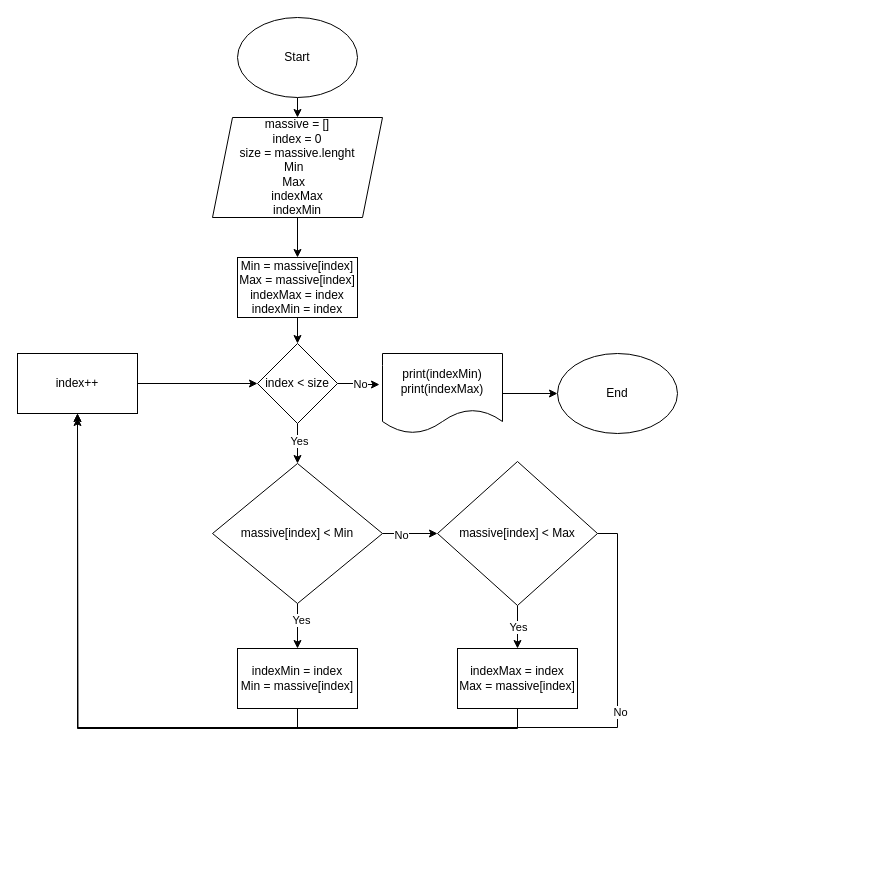
Above: z2-11.drawio in webbers22/GeekBrains (draw.io), before the change. Source tidied: cells renumbered, new cells numbered last; positions are measured from the earlier drawing's top-left corner, leaving out a move shared by most shapes. Both pictures are drawn from the tidied source at 100%, with x=0, y=0 at pixel (17, 17).
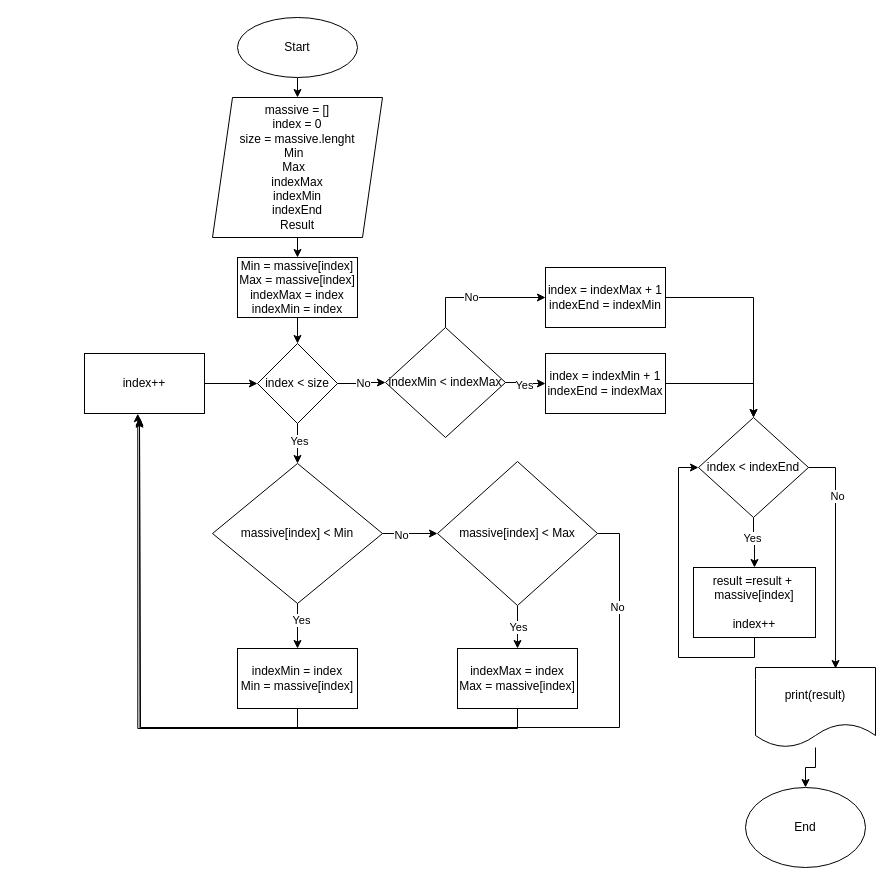
The same page after the edit.

Unchanged cells that the change refers to:
```xml
<mxCell id="10" value="index &amp;lt; size" style="rhombus;whiteSpace=wrap;html=1;" parent="1" vertex="1">
  <mxGeometry x="240" y="326" width="80" height="80" as="geometry" />
</mxCell>
<mxCell id="17" value="indexMin = index&lt;br&gt;Min = massive[index]" style="rounded=0;whiteSpace=wrap;html=1;" parent="1" vertex="1">
  <mxGeometry x="220" y="631" width="120" height="60" as="geometry" />
</mxCell>
<mxCell id="27" value="massive[index] &amp;lt; Max" style="rhombus;whiteSpace=wrap;html=1;" parent="1" vertex="1">
  <mxGeometry x="420" y="444" width="160" height="144" as="geometry" />
</mxCell>
<mxCell id="29" value="indexMax = index&lt;br style=&quot;border-color: var(--border-color);&quot;&gt;Max = massive[index]" style="rounded=0;whiteSpace=wrap;html=1;" parent="1" vertex="1">
  <mxGeometry x="440" y="631" width="120" height="60" as="geometry" />
</mxCell>
```

Diff of the diagram source:
```diff
@@
     <mxCell id="3" value="Start" style="ellipse;whiteSpace=wrap;html=1;" parent="1" vertex="1">
-      <mxGeometry x="220" width="120" height="80" as="geometry" />
+      <mxGeometry x="220" width="120" height="60" as="geometry" />
     </mxCell>
@@
-    <mxCell id="5" value="massive = []&lt;br&gt;index = 0&lt;br&gt;size = massive.lenght&lt;br&gt;Min&amp;nbsp;&amp;nbsp;&lt;br&gt;Max&amp;nbsp;&amp;nbsp;&lt;br&gt;indexMax&lt;br&gt;indexMin" style="shape=parallelogram;perimeter=parallelogramPerimeter;whiteSpace=wrap;html=1;fixedSize=1;" parent="1" vertex="1">
-      <mxGeometry x="195" y="100" width="170" height="100" as="geometry" />
+    <mxCell id="5" value="massive = []&lt;br&gt;index = 0&lt;br&gt;size = massive.lenght&lt;br&gt;Min&amp;nbsp;&amp;nbsp;&lt;br&gt;Max&amp;nbsp;&amp;nbsp;&lt;br&gt;indexMax&lt;br&gt;indexMin&lt;br&gt;indexEnd&lt;br&gt;Result" style="shape=parallelogram;perimeter=parallelogramPerimeter;whiteSpace=wrap;html=1;fixedSize=1;" parent="1" vertex="1">
+      <mxGeometry x="195" y="80" width="170" height="140" as="geometry" />
     </mxCell>
@@
-    <mxCell id="8" style="edgeStyle=orthogonalEdgeStyle;rounded=0;jettySize=auto;html=1;exitX=1;exitY=0.5;exitDx=0;exitDy=0;entryX=-0.025;entryY=0.388;entryDx=0;entryDy=0;entryPerimeter=0;" parent="1" edge="1" source="10" target="19">
+    <mxCell id="8" style="edgeStyle=orthogonalEdgeStyle;rounded=0;jettySize=auto;html=1;exitX=1;exitY=0.5;exitDx=0;exitDy=0;entryX=0;entryY=0.5;entryDx=0;entryDy=0;" parent="1" edge="1" source="10" target="40">
       <mxGeometry relative="1" as="geometry" />
     </mxCell>
@@
-    <mxCell id="16" style="edgeStyle=orthogonalEdgeStyle;rounded=0;jettySize=auto;html=1;exitX=0.5;exitY=1;exitDx=0;exitDy=0;" parent="1" edge="1" source="17">
-      <mxGeometry relative="1" as="geometry">
-        <mxPoint x="60" y="400" as="targetPoint" />
-      </mxGeometry>
-    </mxCell>
+    <mxCell id="32" style="edgeStyle=orthogonalEdgeStyle;rounded=0;jettySize=auto;html=1;exitX=0.5;exitY=1;exitDx=0;exitDy=0;entryX=0.444;entryY=1.003;entryDx=0;entryDy=0;entryPerimeter=0;" parent="1" edge="1" source="17" target="31">
+      <mxGeometry relative="1" as="geometry" />
+    </mxCell>
@@
-    <mxCell id="18" style="edgeStyle=orthogonalEdgeStyle;rounded=0;jettySize=auto;html=1;exitX=1;exitY=0.5;exitDx=0;exitDy=0;entryX=0;entryY=0.5;entryDx=0;entryDy=0;" parent="1" edge="1" source="19" target="20">
-      <mxGeometry relative="1" as="geometry" />
-    </mxCell>
-    <mxCell id="19" value="print(indexMin)&lt;br&gt;print(indexMax)" style="shape=document;whiteSpace=wrap;html=1;boundedLbl=1;" parent="1" vertex="1">
-      <mxGeometry x="365" y="336" width="120" height="80" as="geometry" />
-    </mxCell>
-    <mxCell id="20" value="End" style="ellipse;whiteSpace=wrap;html=1;" parent="1" vertex="1">
-      <mxGeometry x="540" y="336" width="120" height="80" as="geometry" />
-    </mxCell>
@@
-    <mxCell id="25" style="edgeStyle=orthogonalEdgeStyle;rounded=0;jettySize=auto;html=1;exitX=1;exitY=0.5;exitDx=0;exitDy=0;entryX=0.5;entryY=1;entryDx=0;entryDy=0;" parent="1" edge="1" source="27" target="31">
-      <mxGeometry relative="1" as="geometry">
-        <Array as="points">
-          <mxPoint x="600" y="516" />
-          <mxPoint x="600" y="710" />
-          <mxPoint x="60" y="710" />
-        </Array>
-      </mxGeometry>
-    </mxCell>
-    <mxCell id="26" value="No" style="edgeLabel;html=1;align=center;verticalAlign=middle;" parent="25" vertex="1">
-      <mxGeometry x="-0.63" y="2" relative="1" as="geometry" />
-    </mxCell>
+    <mxCell id="33" style="edgeStyle=orthogonalEdgeStyle;rounded=0;jettySize=auto;html=1;exitX=1;exitY=0.5;exitDx=0;exitDy=0;" parent="1" edge="1" source="27">
+      <mxGeometry relative="1" as="geometry">
+        <mxPoint x="122" y="401.7" as="targetPoint" />
+        <Array as="points">
+          <mxPoint x="602" y="516" />
+          <mxPoint x="602" y="710" />
+          <mxPoint x="123" y="710" />
+          <mxPoint x="123" y="402" />
+        </Array>
+      </mxGeometry>
+    </mxCell>
+    <mxCell id="34" value="No" style="edgeLabel;html=1;align=center;verticalAlign=middle;" parent="33" vertex="1">
+      <mxGeometry x="-0.81" y="-3" relative="1" as="geometry" />
+    </mxCell>
@@
-    <mxCell id="28" style="edgeStyle=orthogonalEdgeStyle;rounded=0;jettySize=auto;html=1;exitX=0.5;exitY=1;exitDx=0;exitDy=0;entryX=0.5;entryY=1;entryDx=0;entryDy=0;" parent="1" edge="1" source="29" target="31">
-      <mxGeometry relative="1" as="geometry" />
-    </mxCell>
+    <mxCell id="35" style="edgeStyle=orthogonalEdgeStyle;rounded=0;jettySize=auto;html=1;exitX=0.5;exitY=1;exitDx=0;exitDy=0;" parent="1" edge="1" source="29">
+      <mxGeometry relative="1" as="geometry">
+        <mxPoint x="122" y="400" as="targetPoint" />
+      </mxGeometry>
+    </mxCell>
@@
     <mxCell id="31" value="index++" style="rounded=0;whiteSpace=wrap;html=1;" parent="1" vertex="1">
-      <mxGeometry y="336" width="120" height="60" as="geometry" />
+      <mxGeometry x="67" y="336" width="120" height="60" as="geometry" />
     </mxCell>
+    <mxCell id="36" style="edgeStyle=orthogonalEdgeStyle;rounded=0;jettySize=auto;html=1;exitX=1;exitY=0.5;exitDx=0;exitDy=0;entryX=0;entryY=0.5;entryDx=0;entryDy=0;" parent="1" edge="1" source="40" target="42">
+      <mxGeometry relative="1" as="geometry" />
+    </mxCell>
+    <mxCell id="37" value="Yes" style="edgeLabel;html=1;align=center;verticalAlign=middle;" parent="36" vertex="1">
+      <mxGeometry x="-0.12" y="-2" relative="1" as="geometry" />
+    </mxCell>
+    <mxCell id="38" style="edgeStyle=orthogonalEdgeStyle;rounded=0;jettySize=auto;html=1;exitX=0.5;exitY=0;exitDx=0;exitDy=0;entryX=0;entryY=0.5;entryDx=0;entryDy=0;" parent="1" edge="1" source="40" target="44">
+      <mxGeometry relative="1" as="geometry" />
+    </mxCell>
+    <mxCell id="39" value="No" style="edgeLabel;html=1;align=center;verticalAlign=middle;" parent="38" vertex="1">
+      <mxGeometry x="-0.15" y="1" relative="1" as="geometry" />
+    </mxCell>
+    <mxCell id="40" value="indexMin &amp;lt; indexMax" style="rhombus;whiteSpace=wrap;html=1;" parent="1" vertex="1">
+      <mxGeometry x="368" y="310" width="120" height="110" as="geometry" />
+    </mxCell>
+    <mxCell id="41" style="edgeStyle=orthogonalEdgeStyle;rounded=0;jettySize=auto;html=1;exitX=1;exitY=0.5;exitDx=0;exitDy=0;entryX=0.5;entryY=0;entryDx=0;entryDy=0;" parent="1" edge="1" source="42" target="49">
+      <mxGeometry relative="1" as="geometry" />
+    </mxCell>
+    <mxCell id="42" value="index = indexMin + 1&lt;br&gt;indexEnd = indexMax" style="rounded=0;whiteSpace=wrap;html=1;" parent="1" vertex="1">
+      <mxGeometry x="528" y="336" width="120" height="60" as="geometry" />
+    </mxCell>
+    <mxCell id="43" style="edgeStyle=orthogonalEdgeStyle;rounded=0;jettySize=auto;html=1;exitX=1;exitY=0.5;exitDx=0;exitDy=0;entryX=0.5;entryY=0;entryDx=0;entryDy=0;" parent="1" edge="1" source="44" target="49">
+      <mxGeometry relative="1" as="geometry" />
+    </mxCell>
+    <mxCell id="44" value="index = indexMax + 1&lt;br&gt;indexEnd = indexMin" style="rounded=0;whiteSpace=wrap;html=1;" parent="1" vertex="1">
+      <mxGeometry x="528" y="250" width="120" height="60" as="geometry" />
+    </mxCell>
+    <mxCell id="45" style="edgeStyle=orthogonalEdgeStyle;rounded=0;jettySize=auto;html=1;exitX=0.5;exitY=1;exitDx=0;exitDy=0;entryX=0.5;entryY=0;entryDx=0;entryDy=0;" parent="1" edge="1" source="49" target="51">
+      <mxGeometry relative="1" as="geometry" />
+    </mxCell>
+    <mxCell id="46" value="Yes" style="edgeLabel;html=1;align=center;verticalAlign=middle;" parent="45" vertex="1">
+      <mxGeometry x="-0.2" y="-2" relative="1" as="geometry" />
+    </mxCell>
+    <mxCell id="47" style="edgeStyle=orthogonalEdgeStyle;rounded=0;jettySize=auto;html=1;exitX=1;exitY=0.5;exitDx=0;exitDy=0;entryX=0.667;entryY=0.013;entryDx=0;entryDy=0;entryPerimeter=0;" parent="1" edge="1" source="49" target="53">
+      <mxGeometry relative="1" as="geometry" />
+    </mxCell>
+    <mxCell id="48" value="No" style="edgeLabel;html=1;align=center;verticalAlign=middle;" parent="47" vertex="1">
+      <mxGeometry x="-0.51" y="1" relative="1" as="geometry" />
+    </mxCell>
+    <mxCell id="49" value="index &amp;lt; indexEnd" style="rhombus;whiteSpace=wrap;html=1;" parent="1" vertex="1">
+      <mxGeometry x="681" y="400" width="110" height="100" as="geometry" />
+    </mxCell>
+    <mxCell id="50" style="edgeStyle=orthogonalEdgeStyle;rounded=0;jettySize=auto;html=1;exitX=0.5;exitY=1;exitDx=0;exitDy=0;entryX=0;entryY=0.5;entryDx=0;entryDy=0;" parent="1" edge="1" source="51" target="49">
+      <mxGeometry relative="1" as="geometry" />
+    </mxCell>
+    <mxCell id="51" value="result =result +&amp;nbsp; massive[index]&lt;br&gt;&lt;br&gt;index++" style="rounded=0;whiteSpace=wrap;html=1;" parent="1" vertex="1">
+      <mxGeometry x="676" y="550" width="122" height="70" as="geometry" />
+    </mxCell>
+    <mxCell id="52" style="edgeStyle=orthogonalEdgeStyle;rounded=0;jettySize=auto;html=1;" parent="1" edge="1" source="53" target="20">
+      <mxGeometry relative="1" as="geometry" />
+    </mxCell>
+    <mxCell id="53" value="print(result)" style="shape=document;whiteSpace=wrap;html=1;boundedLbl=1;" parent="1" vertex="1">
+      <mxGeometry x="738" y="650" width="120" height="80" as="geometry" />
+    </mxCell>
+    <mxCell id="20" value="End" style="ellipse;whiteSpace=wrap;html=1;" parent="1" vertex="1">
+      <mxGeometry x="728" y="770" width="120" height="80" as="geometry" />
+    </mxCell>
```
